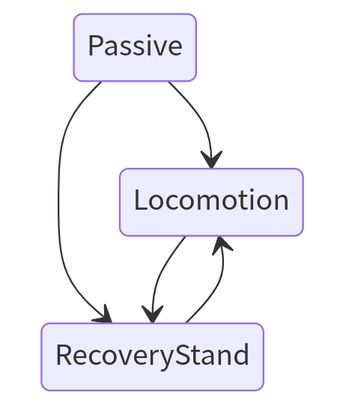
silvery107/rl-mpc-locomotion keeps this draw.io diagram as images/fsm.png. Above is the earlier version. Source tidied: cells renumbered, new cells last; positions are measured from the earlier drawing's top-left corner, leaving out a move shared by most shapes. The source it was exported from:
```xml
<mxGraphModel>
  <root>
    <mxCell id="0" />
    <mxCell id="1" parent="0" />
    <mxCell id="2" value="stateDiagram&#10;    %[*] --&gt; Passive&#10;    Passive --&gt; Locomotion&#10;    Passive --&gt; RecoveryStand&#10;    Locomotion --&gt; RecoveryStand&#10;    RecoveryStand --&gt; Locomotion&#10;&#10;    %Locomotion --&gt; [*]&#10;    %RecoveryStand --&gt; [*]&#10;    %Passive --&gt; [*]" style="shadow=0;dashed=0;align=left;strokeWidth=1;shape=mxgraph.mermaid.abstract.mermaid;labelBackgroundColor=#ffffff;noLabel=1;theme=default;fillColor=#f8cecc;strokeColor=#b85450;" parent="1" vertex="1">
      <mxGeometry width="230" height="270" as="geometry" />
    </mxCell>
  </root>
</mxGraphModel>
```
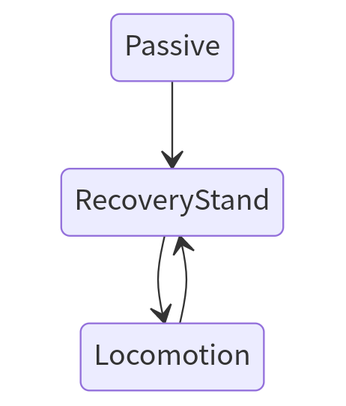
The same diagram one commit later.

Diff of the diagram source:
```diff
@@ -2,7 +2,7 @@
   <root>
     <mxCell id="0" />
     <mxCell id="1" parent="0" />
-    <mxCell id="2" value="stateDiagram&#10;    %[*] --&gt; Passive&#10;    Passive --&gt; Locomotion&#10;    Passive --&gt; RecoveryStand&#10;    Locomotion --&gt; RecoveryStand&#10;    RecoveryStand --&gt; Locomotion&#10;&#10;    %Locomotion --&gt; [*]&#10;    %RecoveryStand --&gt; [*]&#10;    %Passive --&gt; [*]" style="shadow=0;dashed=0;align=left;strokeWidth=1;shape=mxgraph.mermaid.abstract.mermaid;labelBackgroundColor=#ffffff;noLabel=1;theme=default;fillColor=#f8cecc;strokeColor=#b85450;" parent="1" vertex="1">
+    <mxCell id="2" value="stateDiagram&#10;    %[*] --&gt; Passive&#10;    Passive --&gt; RecoveryStand&#10;    Locomotion --&gt; RecoveryStand&#10;    RecoveryStand --&gt; Locomotion&#10;&#10;&#10;    %Locomotion --&gt; [*]&#10;    %RecoveryStand --&gt; [*]&#10;    %Passive --&gt; [*]" style="shadow=0;dashed=0;align=left;strokeWidth=1;shape=mxgraph.mermaid.abstract.mermaid;labelBackgroundColor=#ffffff;noLabel=1;theme=default;fillColor=#f8cecc;strokeColor=#b85450;" parent="1" vertex="1">
       <mxGeometry width="230" height="270" as="geometry" />
     </mxCell>
   </root>
```
